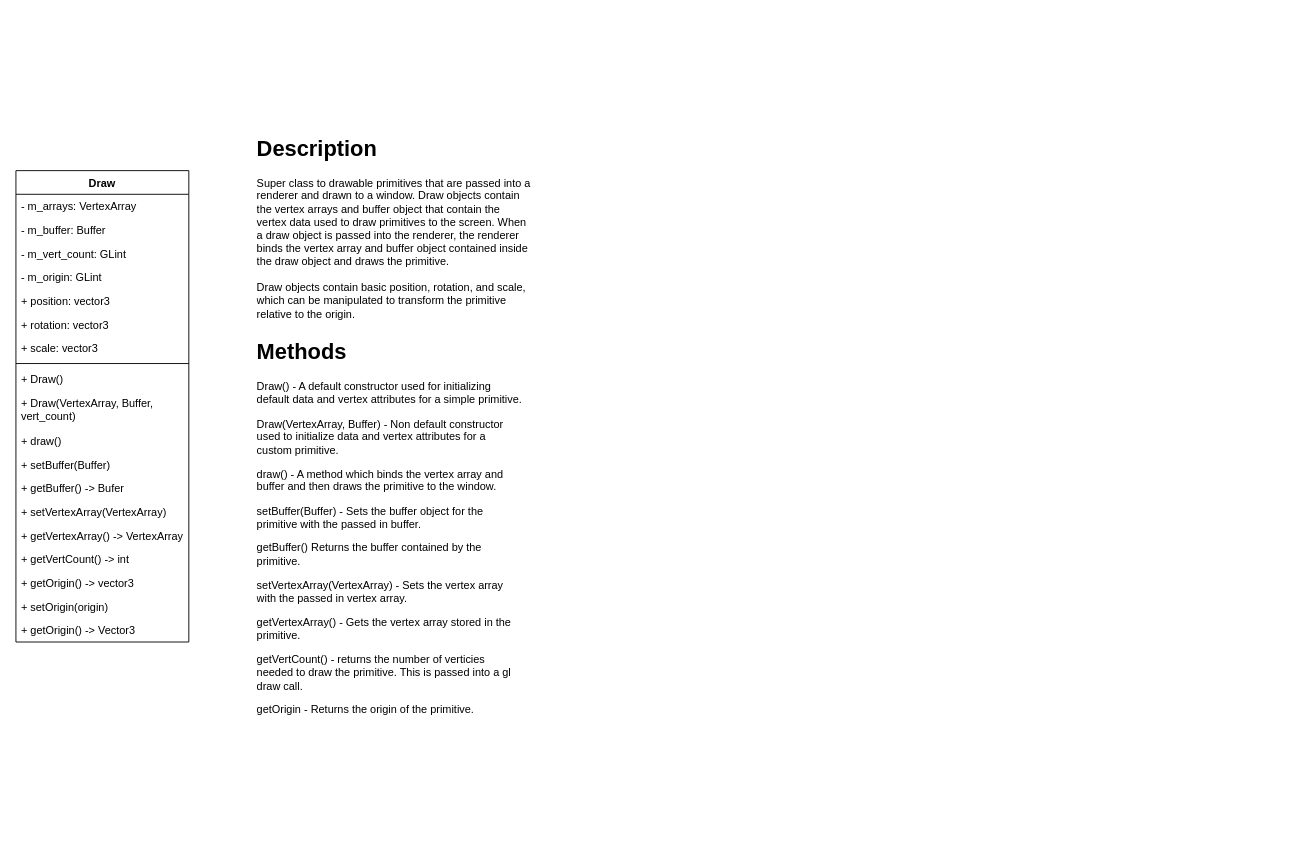
The draw.io diagram docs/Draw.drawio in LowFire/blazer3d, before the edit. Source tidied: cells renumbered, new cells numbered last; positions are measured from the earlier drawing's top-left corner, leaving out a move shared by most shapes. Both pictures are drawn from the tidied source at 91%, with x=0, y=0 at pixel (15, 130).
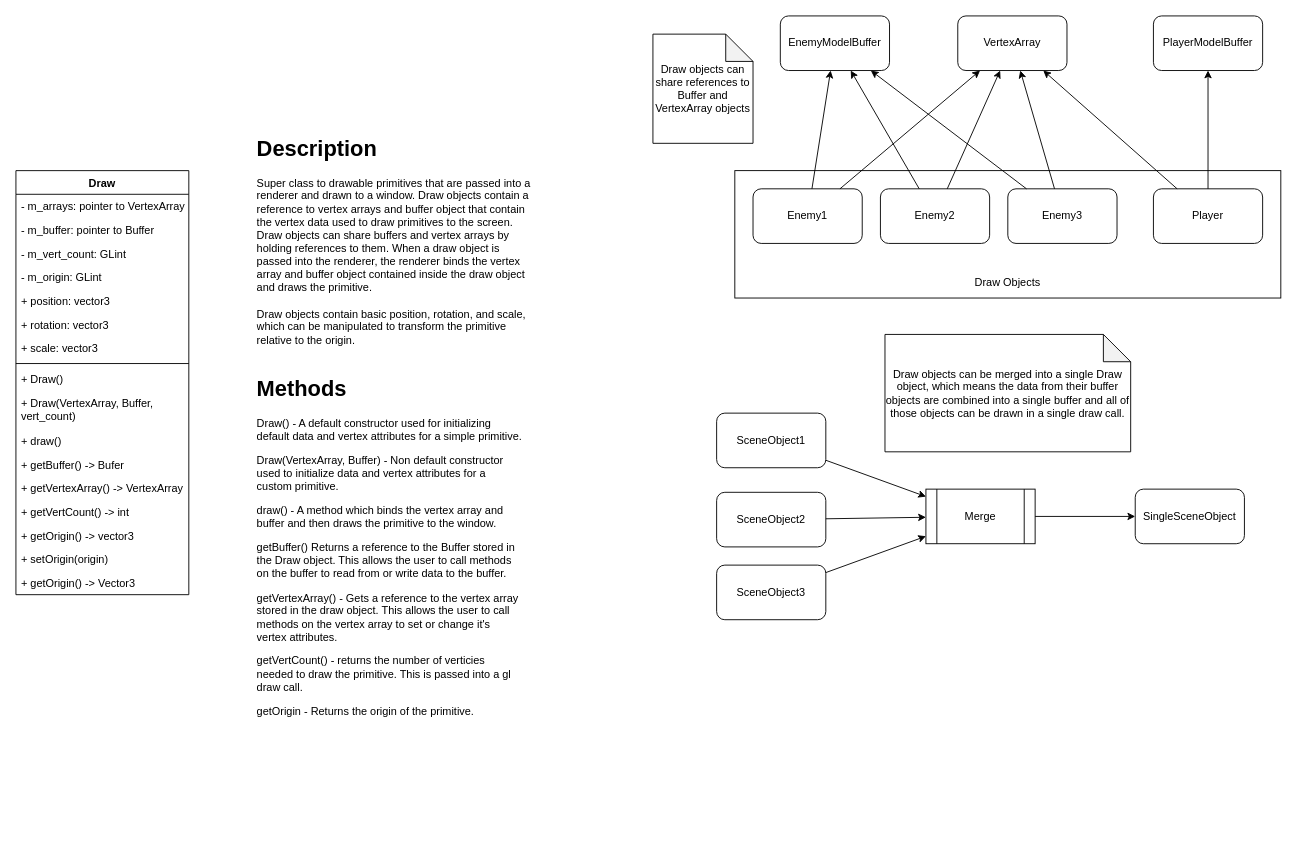
The same page after the edit.

What changed in the source:
```diff
@@
+    <mxCell id="24" style="rounded=0;whiteSpace=wrap;html=1;" parent="1" vertex="1">
+      <mxGeometry x="790" y="44" width="600" height="140" as="geometry" />
+    </mxCell>
     <mxCell id="2" value="Draw" style="swimlane;fontStyle=1;align=center;verticalAlign=top;horizontal=1;startSize=26;" parent="1" vertex="1">
-      <mxGeometry y="44" width="190" height="518" as="geometry" />
+      <mxGeometry y="44" width="190" height="466" as="geometry" />
     </mxCell>
-    <mxCell id="3" value="- m_arrays: VertexArray" style="text;strokeColor=none;fillColor=none;align=left;verticalAlign=top;spacingLeft=4;spacingRight=4;overflow=hidden;" parent="2" vertex="1">
+    <mxCell id="3" value="- m_arrays: pointer to VertexArray" style="text;strokeColor=none;fillColor=none;align=left;verticalAlign=top;spacingLeft=4;spacingRight=4;overflow=hidden;" parent="2" vertex="1">
       <mxGeometry y="26" width="190" height="26" as="geometry" />
     </mxCell>
-    <mxCell id="4" value="- m_buffer: Buffer" style="text;strokeColor=none;fillColor=none;align=left;verticalAlign=top;spacingLeft=4;spacingRight=4;overflow=hidden;" parent="2" vertex="1">
+    <mxCell id="4" value="- m_buffer: pointer to Buffer" style="text;strokeColor=none;fillColor=none;align=left;verticalAlign=top;spacingLeft=4;spacingRight=4;overflow=hidden;" parent="2" vertex="1">
       <mxGeometry y="52" width="190" height="26" as="geometry" />
     </mxCell>
@@
-    <mxCell id="14" value="+ setBuffer(Buffer)" style="text;strokeColor=none;fillColor=none;align=left;verticalAlign=top;spacingLeft=4;spacingRight=4;overflow=hidden;" parent="2" vertex="1">
-      <mxGeometry y="310" width="190" height="26" as="geometry" />
-    </mxCell>
     <mxCell id="15" value="+ getBuffer() -&gt; Bufer" style="text;strokeColor=none;fillColor=none;align=left;verticalAlign=top;spacingLeft=4;spacingRight=4;overflow=hidden;" parent="2" vertex="1">
-      <mxGeometry y="336" width="190" height="26" as="geometry" />
+      <mxGeometry y="310" width="190" height="26" as="geometry" />
     </mxCell>
-    <mxCell id="16" value="+ setVertexArray(VertexArray)" style="text;strokeColor=none;fillColor=none;align=left;verticalAlign=top;spacingLeft=4;spacingRight=4;overflow=hidden;" parent="2" vertex="1">
-      <mxGeometry y="362" width="190" height="26" as="geometry" />
-    </mxCell>
     <mxCell id="17" value="+ getVertexArray() -&gt; VertexArray" style="text;strokeColor=none;fillColor=none;align=left;verticalAlign=top;spacingLeft=4;spacingRight=4;overflow=hidden;" parent="2" vertex="1">
-      <mxGeometry y="388" width="190" height="26" as="geometry" />
+      <mxGeometry y="336" width="190" height="26" as="geometry" />
     </mxCell>
     <mxCell id="18" value="+ getVertCount() -&gt; int" style="text;strokeColor=none;fillColor=none;align=left;verticalAlign=top;spacingLeft=4;spacingRight=4;overflow=hidden;" parent="2" vertex="1">
-      <mxGeometry y="414" width="190" height="26" as="geometry" />
+      <mxGeometry y="362" width="190" height="26" as="geometry" />
     </mxCell>
     <mxCell id="19" value="+ getOrigin() -&gt; vector3" style="text;strokeColor=none;fillColor=none;align=left;verticalAlign=top;spacingLeft=4;spacingRight=4;overflow=hidden;" parent="2" vertex="1">
-      <mxGeometry y="440" width="190" height="26" as="geometry" />
+      <mxGeometry y="388" width="190" height="26" as="geometry" />
     </mxCell>
     <mxCell id="20" value="+ setOrigin(origin)" style="text;strokeColor=none;fillColor=none;align=left;verticalAlign=top;spacingLeft=4;spacingRight=4;overflow=hidden;" parent="2" vertex="1">
-      <mxGeometry y="466" width="190" height="26" as="geometry" />
+      <mxGeometry y="414" width="190" height="26" as="geometry" />
     </mxCell>
     <mxCell id="21" value="+ getOrigin() -&gt; Vector3" style="text;strokeColor=none;fillColor=none;align=left;verticalAlign=top;spacingLeft=4;spacingRight=4;overflow=hidden;" parent="2" vertex="1">
-      <mxGeometry y="492" width="190" height="26" as="geometry" />
+      <mxGeometry y="440" width="190" height="26" as="geometry" />
     </mxCell>
-    <mxCell id="22" value="&lt;h1&gt;Description&lt;/h1&gt;&lt;div&gt;Super class to drawable primitives that are passed into a renderer and drawn to a window. Draw objects contain the vertex arrays and buffer object that contain the vertex data used to draw primitives to the screen. When a draw object is passed into the renderer, the renderer binds the vertex array and buffer object contained inside the draw object and draws the primitive.&lt;/div&gt;&lt;div&gt;&lt;br&gt;&lt;/div&gt;&lt;div&gt;Draw objects contain basic position, rotation, and scale, which can be manipulated to transform the primitive relative to the origin.&lt;/div&gt;" style="text;html=1;strokeColor=none;fillColor=none;spacing=5;spacingTop=-20;whiteSpace=wrap;overflow=hidden;rounded=0;" parent="1" vertex="1">
-      <mxGeometry x="260" width="310" height="214" as="geometry" />
+    <mxCell id="22" value="&lt;h1&gt;Description&lt;/h1&gt;&lt;div&gt;Super class to drawable primitives that are passed into a renderer and drawn to a window. Draw objects contain a reference to vertex arrays and buffer object that contain the vertex data used to draw primitives to the screen. Draw objects can share buffers and vertex arrays by holding references to them. When a draw object is passed into the renderer, the renderer binds the vertex array and buffer object contained inside the draw object and draws the primitive.&lt;/div&gt;&lt;div&gt;&lt;br&gt;&lt;/div&gt;&lt;div&gt;Draw objects contain basic position, rotation, and scale, which can be manipulated to transform the primitive relative to the origin.&lt;/div&gt;" style="text;html=1;strokeColor=none;fillColor=none;spacing=5;spacingTop=-20;whiteSpace=wrap;overflow=hidden;rounded=0;" parent="1" vertex="1">
+      <mxGeometry x="260" width="310" height="244" as="geometry" />
     </mxCell>
-    <mxCell id="23" value="&lt;h1&gt;Methods&lt;/h1&gt;&lt;p&gt;Draw() - A default constructor used for initializing default data and vertex attributes for a simple primitive.&lt;/p&gt;&lt;p&gt;Draw(VertexArray, Buffer) - Non default constructor used to initialize data and vertex attributes for a custom primitive.&lt;/p&gt;&lt;p&gt;draw() - A method which binds the vertex array and buffer and then draws the primitive to the window.&lt;/p&gt;&lt;p&gt;setBuffer(Buffer) - Sets the buffer object for the primitive with the passed in buffer.&lt;/p&gt;&lt;p&gt;getBuffer() Returns the buffer contained by the primitive.&lt;/p&gt;&lt;p&gt;setVertexArray(VertexArray) - Sets the vertex array with the passed in vertex array.&lt;/p&gt;&lt;p&gt;getVertexArray() - Gets the vertex array stored in the primitive.&lt;/p&gt;&lt;p&gt;getVertCount() - returns the number of verticies needed to draw the primitive. This is passed into a gl draw call.&lt;/p&gt;&lt;p&gt;getOrigin - Returns the origin of the primitive.&lt;/p&gt;" style="text;html=1;strokeColor=none;fillColor=none;spacing=5;spacingTop=-20;whiteSpace=wrap;overflow=hidden;rounded=0;" parent="1" vertex="1">
-      <mxGeometry x="260" y="224" width="300" height="510" as="geometry" />
+    <mxCell id="23" value="&lt;h1&gt;Methods&lt;/h1&gt;&lt;p&gt;Draw() - A default constructor used for initializing default data and vertex attributes for a simple primitive.&lt;/p&gt;&lt;p&gt;Draw(VertexArray, Buffer) - Non default constructor used to initialize data and vertex attributes for a custom primitive.&lt;/p&gt;&lt;p&gt;draw() - A method which binds the vertex array and buffer and then draws the primitive to the window.&lt;/p&gt;&lt;p&gt;&lt;span&gt;getBuffer() Returns a reference to the Buffer stored in the Draw object. This allows the user to call methods on the buffer to read from or write data to the buffer.&lt;/span&gt;&lt;/p&gt;&lt;p&gt;getVertexArray() - Gets a reference to the vertex array stored in the draw object. This allows the user to call methods on the vertex array to set or change it's vertex attributes.&lt;/p&gt;&lt;p&gt;getVertCount() - returns the number of verticies needed to draw the primitive. This is passed into a gl draw call.&lt;/p&gt;&lt;p&gt;getOrigin - Returns the origin of the primitive.&lt;/p&gt;" style="text;html=1;strokeColor=none;fillColor=none;spacing=5;spacingTop=-20;whiteSpace=wrap;overflow=hidden;rounded=0;" parent="1" vertex="1">
+      <mxGeometry x="260" y="264" width="300" height="510" as="geometry" />
     </mxCell>
+    <mxCell id="25" value="VertexArray" style="rounded=1;whiteSpace=wrap;html=1;" parent="1" vertex="1">
+      <mxGeometry x="1035" y="-126" width="120" height="60" as="geometry" />
+    </mxCell>
+    <mxCell id="26" value="EnemyModelBuffer" style="rounded=1;whiteSpace=wrap;html=1;" parent="1" vertex="1">
+      <mxGeometry x="840" y="-126" width="120" height="60" as="geometry" />
+    </mxCell>
+    <mxCell id="27" value="Enemy1" style="rounded=1;whiteSpace=wrap;html=1;" parent="1" vertex="1">
+      <mxGeometry x="810" y="64" width="120" height="60" as="geometry" />
+    </mxCell>
+    <mxCell id="28" value="Enemy2" style="rounded=1;whiteSpace=wrap;html=1;" parent="1" vertex="1">
+      <mxGeometry x="950" y="64" width="120" height="60" as="geometry" />
+    </mxCell>
+    <mxCell id="29" value="Enemy3" style="rounded=1;whiteSpace=wrap;html=1;" parent="1" vertex="1">
+      <mxGeometry x="1090" y="64" width="120" height="60" as="geometry" />
+    </mxCell>
+    <mxCell id="30" style="endArrow=classic;html=1;" parent="1" edge="1" source="27" target="25">
+      <mxGeometry relative="1" as="geometry" />
+    </mxCell>
+    <mxCell id="31" style="endArrow=classic;html=1;" parent="1" edge="1" source="28" target="25">
+      <mxGeometry relative="1" as="geometry" />
+    </mxCell>
+    <mxCell id="32" style="endArrow=classic;html=1;" parent="1" edge="1" source="29" target="25">
+      <mxGeometry relative="1" as="geometry" />
+    </mxCell>
+    <mxCell id="33" style="endArrow=classic;html=1;" parent="1" edge="1" source="27" target="26">
+      <mxGeometry relative="1" as="geometry" />
+    </mxCell>
+    <mxCell id="34" style="endArrow=classic;html=1;" parent="1" edge="1" source="28" target="26">
+      <mxGeometry relative="1" as="geometry" />
+    </mxCell>
+    <mxCell id="35" style="endArrow=classic;html=1;" parent="1" edge="1" source="29" target="26">
+      <mxGeometry relative="1" as="geometry" />
+    </mxCell>
+    <mxCell id="36" value="Player" style="rounded=1;whiteSpace=wrap;html=1;" parent="1" vertex="1">
+      <mxGeometry x="1250" y="64" width="120" height="60" as="geometry" />
+    </mxCell>
+    <mxCell id="37" value="PlayerModelBuffer" style="rounded=1;whiteSpace=wrap;html=1;" parent="1" vertex="1">
+      <mxGeometry x="1250" y="-126" width="120" height="60" as="geometry" />
+    </mxCell>
+    <mxCell id="38" style="endArrow=classic;html=1;" parent="1" edge="1" source="36" target="25">
+      <mxGeometry relative="1" as="geometry" />
+    </mxCell>
+    <mxCell id="39" style="endArrow=classic;html=1;" parent="1" edge="1" source="36" target="37">
+      <mxGeometry relative="1" as="geometry" />
+    </mxCell>
+    <mxCell id="40" value="Draw Objects" style="text;html=1;strokeColor=none;fillColor=none;align=center;verticalAlign=middle;whiteSpace=wrap;rounded=0;" parent="1" vertex="1">
+      <mxGeometry x="1040" y="157" width="100" height="20" as="geometry" />
+    </mxCell>
+    <mxCell id="41" value="Draw objects can share references to Buffer and VertexArray objects" style="shape=note;whiteSpace=wrap;html=1;backgroundOutline=1;darkOpacity=0.05;" parent="1" vertex="1">
+      <mxGeometry x="700" y="-106" width="110" height="120" as="geometry" />
+    </mxCell>
+    <mxCell id="42" value="Merge" style="shape=process;whiteSpace=wrap;html=1;backgroundOutline=1;" parent="1" vertex="1">
+      <mxGeometry x="1000" y="394" width="120" height="60" as="geometry" />
+    </mxCell>
+    <mxCell id="43" value="SceneObject1" style="rounded=1;whiteSpace=wrap;html=1;" parent="1" vertex="1">
+      <mxGeometry x="770" y="310.5" width="120" height="60" as="geometry" />
+    </mxCell>
+    <mxCell id="44" value="SceneObject3" style="rounded=1;whiteSpace=wrap;html=1;" parent="1" vertex="1">
+      <mxGeometry x="770" y="477.5" width="120" height="60" as="geometry" />
+    </mxCell>
+    <mxCell id="45" value="SceneObject2" style="rounded=1;whiteSpace=wrap;html=1;" parent="1" vertex="1">
+      <mxGeometry x="770" y="397.5" width="120" height="60" as="geometry" />
+    </mxCell>
+    <mxCell id="46" style="endArrow=classic;html=1;" parent="1" edge="1" source="43" target="42">
+      <mxGeometry relative="1" as="geometry" />
+    </mxCell>
+    <mxCell id="47" style="endArrow=classic;html=1;" parent="1" edge="1" source="45" target="42">
+      <mxGeometry relative="1" as="geometry" />
+    </mxCell>
+    <mxCell id="48" style="endArrow=classic;html=1;" parent="1" edge="1" source="44" target="42">
+      <mxGeometry relative="1" as="geometry" />
+    </mxCell>
+    <mxCell id="49" value="SingleSceneObject" style="rounded=1;whiteSpace=wrap;html=1;" parent="1" vertex="1">
+      <mxGeometry x="1230" y="394" width="120" height="60" as="geometry" />
+    </mxCell>
+    <mxCell id="50" style="endArrow=classic;html=1;" parent="1" edge="1" source="42" target="49">
+      <mxGeometry relative="1" as="geometry" />
+    </mxCell>
+    <mxCell id="51" value="Draw objects can be merged into a single Draw object, which means the data from their buffer objects are combined into a single buffer and all of those objects can be drawn in a single draw call." style="shape=note;whiteSpace=wrap;html=1;backgroundOutline=1;darkOpacity=0.05;" parent="1" vertex="1">
+      <mxGeometry x="955" y="224" width="270" height="129" as="geometry" />
+    </mxCell>
```
